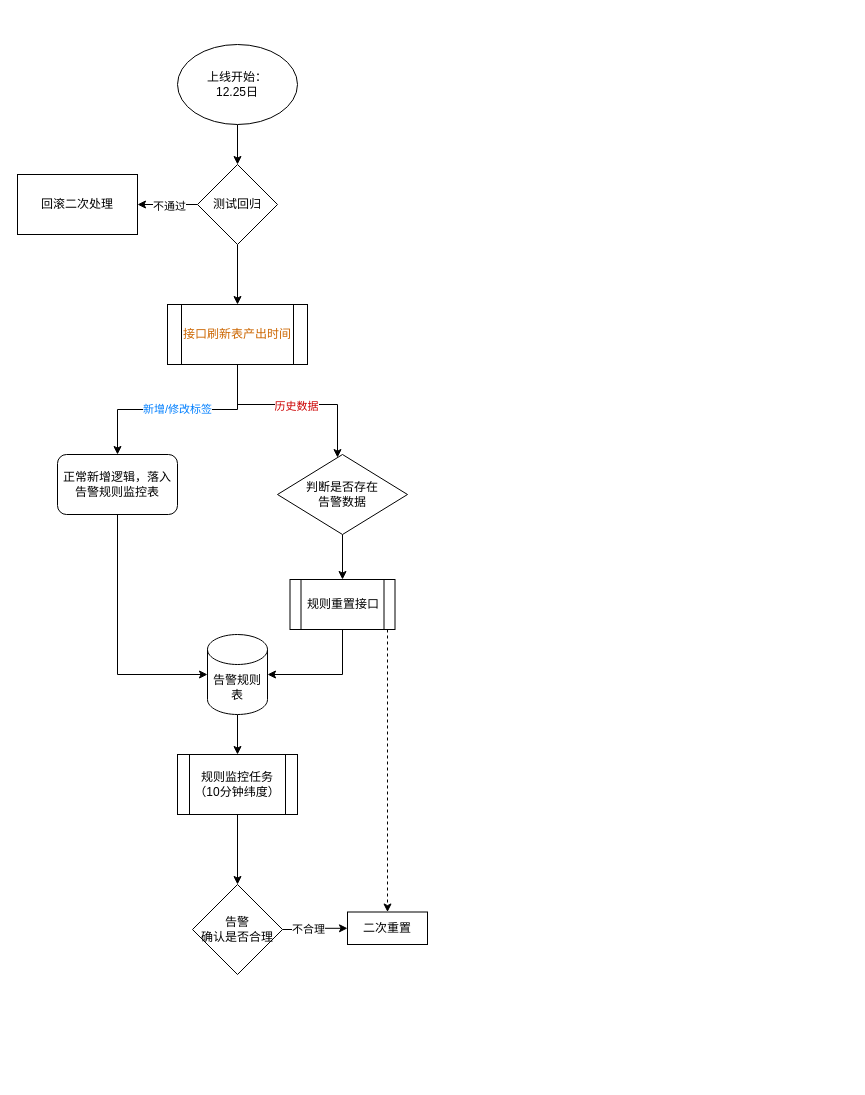
Before: 监控灰度流程.drawio in 1418956397/JavaWeb-Project-Source-Share, a draw.io diagram. Source tidied: cells renumbered, new cells numbered last; positions are measured from the earlier drawing's top-left corner, leaving out a move shared by most shapes. Both pictures are drawn from the tidied source at 100%, with x=0, y=0 at pixel (17, 44).
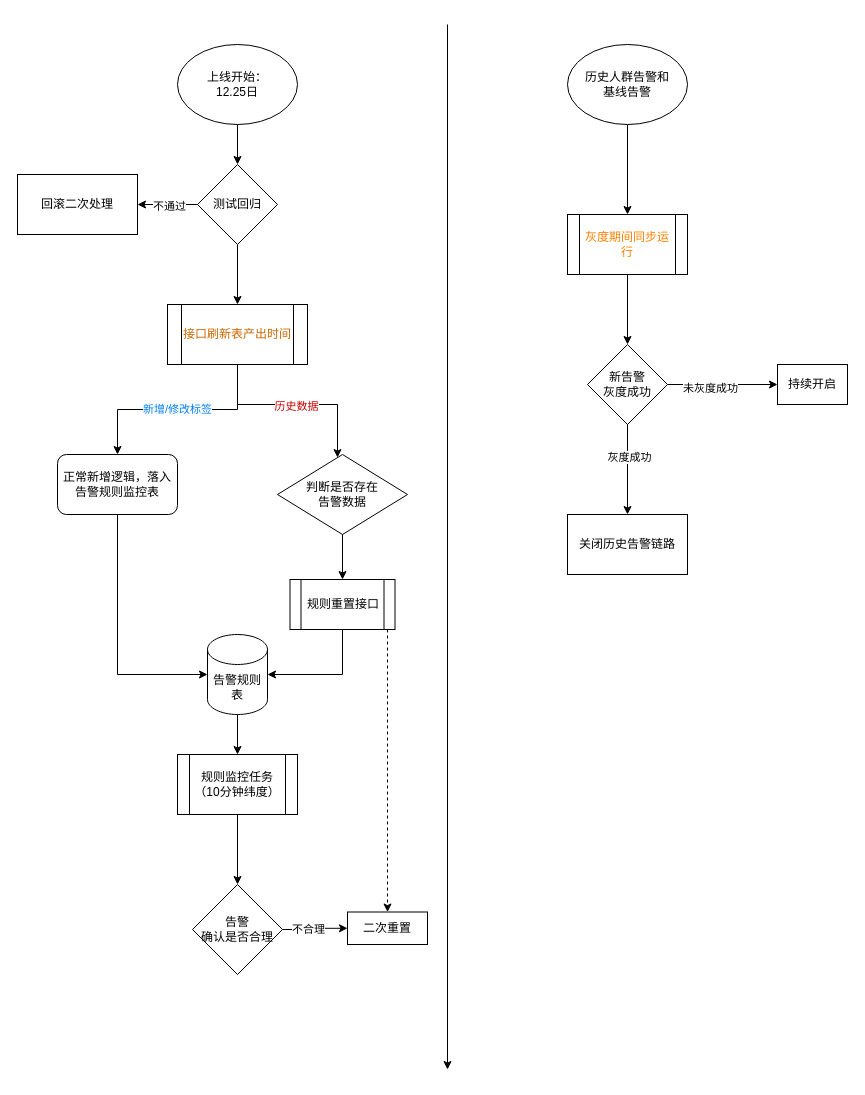
The same diagram, later.

Commit message (it also covers changes not shown here):
更新监控灰度流程.drawio

What changed in the source:
```diff
@@
+    <mxCell id="28" style="endArrow=classic;html=1;rounded=0;" parent="1" edge="1">
+      <mxGeometry relative="1" as="geometry">
+        <mxPoint x="430" y="-20" as="sourcePoint" />
+        <mxPoint x="430" y="1025" as="targetPoint" />
+      </mxGeometry>
+    </mxCell>
+    <mxCell id="29" style="edgeStyle=orthogonalEdgeStyle;rounded=0;jettySize=auto;html=1;" parent="1" edge="1" source="30" target="32">
+      <mxGeometry relative="1" as="geometry" />
+    </mxCell>
+    <mxCell id="30" value="历史人群告警和&lt;div&gt;基线告警&lt;/div&gt;" style="ellipse;whiteSpace=wrap;html=1;" parent="1" vertex="1">
+      <mxGeometry x="550" width="120" height="80" as="geometry" />
+    </mxCell>
+    <mxCell id="31" style="edgeStyle=orthogonalEdgeStyle;rounded=0;jettySize=auto;html=1;" parent="1" edge="1" source="32" target="37">
+      <mxGeometry relative="1" as="geometry" />
+    </mxCell>
+    <mxCell id="32" value="&lt;font style=&quot;color: rgb(255, 128, 0);&quot;&gt;灰度期间同步运行&lt;/font&gt;" style="shape=process;whiteSpace=wrap;html=1;backgroundOutline=1;" parent="1" vertex="1">
+      <mxGeometry x="550" y="170" width="120" height="60" as="geometry" />
+    </mxCell>
+    <mxCell id="33" style="edgeStyle=orthogonalEdgeStyle;rounded=0;jettySize=auto;html=1;" parent="1" edge="1" source="37" target="38">
+      <mxGeometry relative="1" as="geometry" />
+    </mxCell>
+    <mxCell id="34" value="未灰度成功" style="edgeLabel;html=1;align=center;verticalAlign=middle;" parent="33" vertex="1">
+      <mxGeometry x="-0.23" y="-3" relative="1" as="geometry" />
+    </mxCell>
+    <mxCell id="35" style="edgeStyle=orthogonalEdgeStyle;rounded=0;jettySize=auto;html=1;" parent="1" edge="1" source="37" target="39">
+      <mxGeometry relative="1" as="geometry" />
+    </mxCell>
+    <mxCell id="36" value="灰度成功" style="edgeLabel;html=1;align=center;verticalAlign=middle;" parent="35" vertex="1">
+      <mxGeometry x="-0.29" y="1" relative="1" as="geometry" />
+    </mxCell>
+    <mxCell id="37" value="新告警&lt;div&gt;灰度成功&lt;/div&gt;" style="rhombus;whiteSpace=wrap;html=1;" parent="1" vertex="1">
+      <mxGeometry x="570" y="300" width="80" height="80" as="geometry" />
+    </mxCell>
+    <mxCell id="38" value="持续开启" style="whiteSpace=wrap;html=1;" parent="1" vertex="1">
+      <mxGeometry x="760" y="320" width="70" height="40" as="geometry" />
+    </mxCell>
+    <mxCell id="39" value="关闭历史告警链路" style="whiteSpace=wrap;html=1;" parent="1" vertex="1">
+      <mxGeometry x="550" y="470" width="120" height="60" as="geometry" />
+    </mxCell>
```
